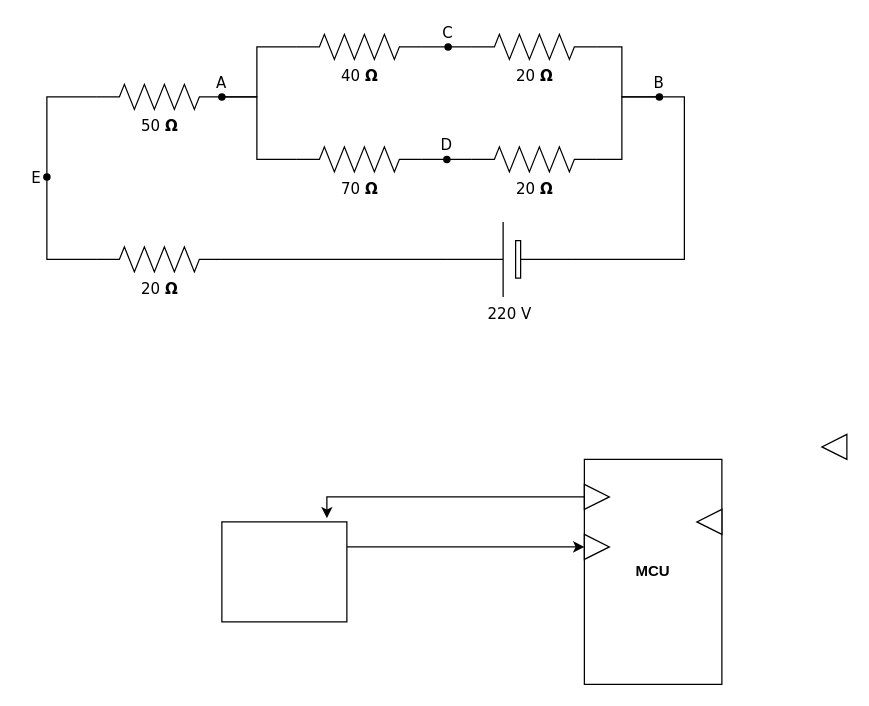
The draw.io diagram 제목 없는 다이어그램.drawio in insubnia/drawio, before the edit. Source tidied: cells renumbered, new cells numbered last; positions are measured from the earlier drawing's top-left corner, leaving out a move shared by most shapes. Both pictures are drawn from the tidied source at 125%, with x=0, y=0 at pixel (21, 21).
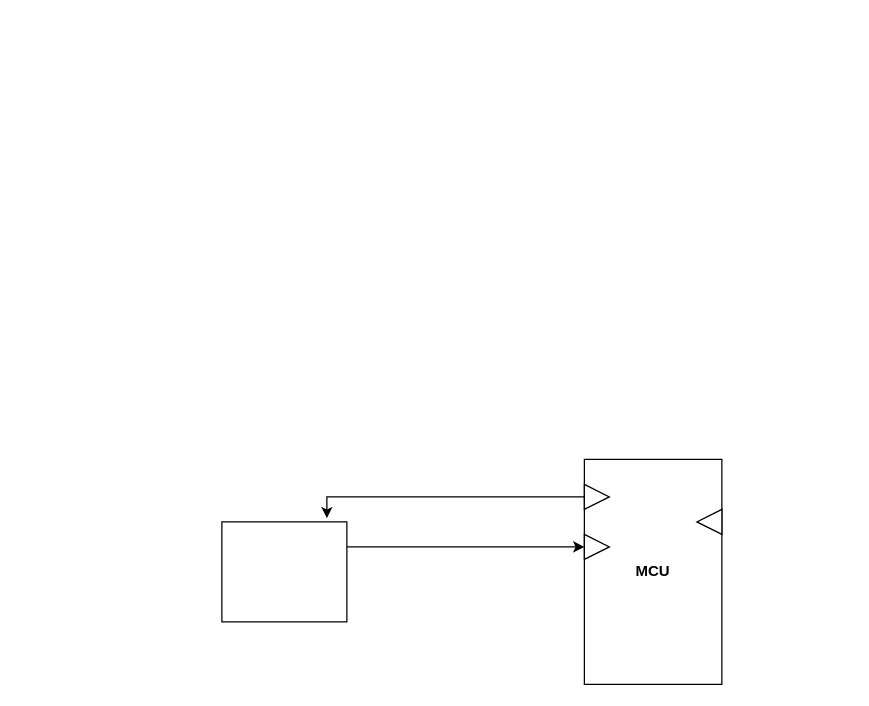
Above is the later version.

Commit message:
ABOV BLE

The edit, as a diff of the source:
```diff
@@
-    <mxCell id="2" style="edgeStyle=orthogonalEdgeStyle;rounded=0;html=1;exitPerimeter=0;entryX=0;entryY=0.5;entryPerimeter=0;labelBackgroundColor=none;startArrow=none;startFill=0;startSize=5;endArrow=none;endFill=0;endSize=5;jettySize=auto;strokeWidth=1;fontFamily=Verdana;fontSize=12;" parent="1" edge="1" source="19" target="5">
-      <mxGeometry relative="1" as="geometry" />
-    </mxCell>
-    <mxCell id="3" value="40&amp;nbsp;&lt;b&gt;Ω&lt;/b&gt;" style="verticalLabelPosition=bottom;shadow=0;dashed=0;align=center;html=1;verticalAlign=top;strokeWidth=1;shape=mxgraph.electrical.resistors.resistor_2;rounded=1;comic=0;labelBackgroundColor=none;fontFamily=Verdana;fontSize=12;" parent="1" vertex="1">
-      <mxGeometry x="220" y="10" width="100" height="20" as="geometry" />
-    </mxCell>
-    <mxCell id="4" style="edgeStyle=orthogonalEdgeStyle;rounded=0;html=1;exitX=1;exitY=0.5;exitPerimeter=0;labelBackgroundColor=none;startArrow=none;startFill=0;startSize=5;endArrow=none;endFill=0;endSize=5;jettySize=auto;strokeWidth=1;fontFamily=Verdana;fontSize=12;" parent="1" edge="1" source="5" target="18">
-      <mxGeometry relative="1" as="geometry">
-        <Array as="points">
-          <mxPoint x="480" y="20" />
-          <mxPoint x="480" y="60" />
-        </Array>
-      </mxGeometry>
-    </mxCell>
-    <mxCell id="5" value="20&amp;nbsp;&lt;b&gt;Ω&lt;/b&gt;" style="verticalLabelPosition=bottom;shadow=0;dashed=0;align=center;html=1;verticalAlign=top;strokeWidth=1;shape=mxgraph.electrical.resistors.resistor_2;rounded=1;comic=0;labelBackgroundColor=none;fontFamily=Verdana;fontSize=12;" parent="1" vertex="1">
-      <mxGeometry x="360" y="10" width="100" height="20" as="geometry" />
-    </mxCell>
-    <mxCell id="6" style="edgeStyle=orthogonalEdgeStyle;rounded=0;html=1;exitX=1;exitY=0.5;exitPerimeter=0;labelBackgroundColor=none;startArrow=none;startFill=0;startSize=5;endArrow=none;endFill=0;endSize=5;jettySize=auto;strokeWidth=1;fontFamily=Verdana;fontSize=12;" parent="1" edge="1" source="7" target="24">
-      <mxGeometry relative="1" as="geometry" />
-    </mxCell>
-    <mxCell id="7" value="70&amp;nbsp;&lt;b&gt;Ω&lt;/b&gt;" style="verticalLabelPosition=bottom;shadow=0;dashed=0;align=center;html=1;verticalAlign=top;strokeWidth=1;shape=mxgraph.electrical.resistors.resistor_2;rounded=1;comic=0;labelBackgroundColor=none;fontFamily=Verdana;fontSize=12;" parent="1" vertex="1">
-      <mxGeometry x="220" y="100" width="100" height="20" as="geometry" />
-    </mxCell>
-    <mxCell id="8" style="edgeStyle=orthogonalEdgeStyle;rounded=0;html=1;exitX=1;exitY=0.5;exitPerimeter=0;labelBackgroundColor=none;startArrow=none;startFill=0;startSize=5;endArrow=none;endFill=0;endSize=5;jettySize=auto;strokeWidth=1;fontFamily=Verdana;fontSize=12;" parent="1" edge="1" source="9" target="18">
-      <mxGeometry relative="1" as="geometry">
-        <Array as="points">
-          <mxPoint x="480" y="110" />
-          <mxPoint x="480" y="60" />
-        </Array>
-      </mxGeometry>
-    </mxCell>
-    <mxCell id="9" value="20&amp;nbsp;&lt;b&gt;Ω&lt;/b&gt;" style="verticalLabelPosition=bottom;shadow=0;dashed=0;align=center;html=1;verticalAlign=top;strokeWidth=1;shape=mxgraph.electrical.resistors.resistor_2;rounded=1;comic=0;labelBackgroundColor=none;fontFamily=Verdana;fontSize=12;" parent="1" vertex="1">
-      <mxGeometry x="360" y="100" width="100" height="20" as="geometry" />
-    </mxCell>
-    <mxCell id="10" style="edgeStyle=orthogonalEdgeStyle;rounded=0;html=1;entryX=0;entryY=0.5;entryPerimeter=0;labelBackgroundColor=none;startArrow=none;startFill=0;startSize=5;endArrow=none;endFill=0;endSize=5;jettySize=auto;strokeWidth=1;fontFamily=Verdana;fontSize=12;" parent="1" edge="1" source="21" target="3">
-      <mxGeometry relative="1" as="geometry">
-        <Array as="points">
-          <mxPoint x="188" y="60" />
-          <mxPoint x="188" y="20" />
-        </Array>
-      </mxGeometry>
-    </mxCell>
-    <mxCell id="11" style="edgeStyle=orthogonalEdgeStyle;rounded=0;html=1;entryX=0;entryY=0.5;entryPerimeter=0;labelBackgroundColor=none;startArrow=none;startFill=0;startSize=5;endArrow=none;endFill=0;endSize=5;jettySize=auto;strokeWidth=1;fontFamily=Verdana;fontSize=12;" parent="1" edge="1" source="21" target="7">
-      <mxGeometry relative="1" as="geometry">
-        <Array as="points">
-          <mxPoint x="188" y="60" />
-          <mxPoint x="188" y="110" />
-        </Array>
-      </mxGeometry>
-    </mxCell>
-    <mxCell id="12" value="50&amp;nbsp;&lt;b&gt;Ω&lt;/b&gt;" style="verticalLabelPosition=bottom;shadow=0;dashed=0;align=center;html=1;verticalAlign=top;strokeWidth=1;shape=mxgraph.electrical.resistors.resistor_2;rounded=1;comic=0;labelBackgroundColor=none;fontFamily=Verdana;fontSize=12;" parent="1" vertex="1">
-      <mxGeometry x="60" y="50" width="100" height="20" as="geometry" />
-    </mxCell>
-    <mxCell id="13" style="edgeStyle=orthogonalEdgeStyle;rounded=0;html=1;exitX=0;exitY=0.5;exitPerimeter=0;labelBackgroundColor=none;startArrow=none;startFill=0;startSize=5;endArrow=none;endFill=0;endSize=5;jettySize=auto;strokeWidth=1;fontFamily=Verdana;fontSize=12;" parent="1" edge="1" source="14" target="22">
-      <mxGeometry relative="1" as="geometry">
-        <Array as="points">
-          <mxPoint x="20" y="190" />
-        </Array>
-      </mxGeometry>
-    </mxCell>
-    <mxCell id="14" value="20&amp;nbsp;&lt;b&gt;Ω&lt;/b&gt;" style="verticalLabelPosition=bottom;shadow=0;dashed=0;align=center;html=1;verticalAlign=top;strokeWidth=1;shape=mxgraph.electrical.resistors.resistor_2;rounded=1;comic=0;labelBackgroundColor=none;fontFamily=Verdana;fontSize=12;" parent="1" vertex="1">
-      <mxGeometry x="60" y="180" width="100" height="20" as="geometry" />
-    </mxCell>
-    <mxCell id="15" style="edgeStyle=orthogonalEdgeStyle;rounded=0;html=1;exitX=1;exitY=0.5;exitPerimeter=0;entryX=1;entryY=0.5;entryPerimeter=0;labelBackgroundColor=none;startArrow=none;startFill=0;startSize=5;endArrow=none;endFill=0;endSize=5;jettySize=auto;strokeWidth=1;fontFamily=Verdana;fontSize=12;" parent="1" edge="1" source="17" target="14">
-      <mxGeometry relative="1" as="geometry" />
-    </mxCell>
-    <mxCell id="16" style="edgeStyle=orthogonalEdgeStyle;rounded=0;html=1;exitX=0;exitY=0.5;exitPerimeter=0;labelBackgroundColor=none;startArrow=none;startFill=0;startSize=5;endArrow=none;endFill=0;endSize=5;jettySize=auto;strokeWidth=1;fontFamily=Verdana;fontSize=12;" parent="1" edge="1" source="17" target="18">
-      <mxGeometry relative="1" as="geometry">
-        <Array as="points">
-          <mxPoint x="530" y="190" />
-          <mxPoint x="530" y="60" />
-        </Array>
-      </mxGeometry>
-    </mxCell>
-    <mxCell id="17" value="220 V" style="verticalLabelPosition=bottom;shadow=0;dashed=0;align=center;fillColor=default;html=1;verticalAlign=top;strokeWidth=1;shape=mxgraph.electrical.miscellaneous.monocell_battery;rounded=1;comic=0;labelBackgroundColor=none;fontFamily=Verdana;fontSize=12;flipH=1;" parent="1" vertex="1">
-      <mxGeometry x="340" y="160" width="100" height="60" as="geometry" />
-    </mxCell>
-    <mxCell id="18" value="B" style="shape=waypoint;sketch=0;fillStyle=solid;size=6;points=[];fillColor=none;perimeter=centerPerimeter;snapToPoint=1;verticalAlign=top;spacingBottom=0;spacingTop=-5;fontFamily=Verdana;fontSize=12;" parent="1" vertex="1">
-      <mxGeometry x="490" y="40" width="40" height="40" as="geometry" />
-    </mxCell>
-    <mxCell id="19" value="C" style="shape=waypoint;sketch=0;fillStyle=solid;size=6;points=[];fillColor=none;perimeter=centerPerimeter;snapToPoint=1;verticalAlign=top;spacingBottom=0;spacingTop=-5;fontFamily=Verdana;fontSize=12;" parent="1" vertex="1">
-      <mxGeometry x="321" width="40" height="40" as="geometry" />
-    </mxCell>
-    <mxCell id="20" style="edgeStyle=orthogonalEdgeStyle;rounded=0;html=1;exitX=1;exitY=0.5;exitPerimeter=0;entryPerimeter=0;labelBackgroundColor=none;startArrow=none;startFill=0;startSize=5;endArrow=none;endFill=0;endSize=5;jettySize=auto;strokeWidth=1;fontFamily=Verdana;fontSize=12;" parent="1" edge="1" source="3" target="19">
-      <mxGeometry relative="1" as="geometry" />
-    </mxCell>
-    <mxCell id="21" value="A" style="shape=waypoint;sketch=0;fillStyle=solid;size=6;points=[];fillColor=none;perimeter=centerPerimeter;snapToPoint=1;verticalAlign=top;spacingBottom=0;spacingTop=-5;fontFamily=Verdana;fontSize=12;" parent="1" vertex="1">
-      <mxGeometry x="140" y="40" width="40" height="40" as="geometry" />
-    </mxCell>
-    <mxCell id="22" value="E" style="shape=waypoint;sketch=0;fillStyle=solid;size=6;points=[];fillColor=none;perimeter=centerPerimeter;snapToPoint=1;verticalAlign=middle;spacingBottom=0;spacingTop=0;fontFamily=Verdana;fontSize=12;labelPosition=center;verticalLabelPosition=middle;align=left;spacingRight=0;spacingLeft=6;" parent="1" vertex="1">
-      <mxGeometry y="104" width="40" height="40" as="geometry" />
-    </mxCell>
-    <mxCell id="23" style="edgeStyle=orthogonalEdgeStyle;rounded=0;html=1;labelBackgroundColor=none;startArrow=none;startFill=0;startSize=5;endArrow=none;endFill=0;endSize=5;jettySize=auto;strokeWidth=1;fontFamily=Verdana;fontSize=12;entryX=0;entryY=0.5;entryDx=0;entryDy=0;entryPerimeter=0;" parent="1" edge="1" source="22" target="12">
-      <mxGeometry relative="1" as="geometry">
-        <Array as="points">
-          <mxPoint x="20" y="60" />
-        </Array>
-      </mxGeometry>
-    </mxCell>
-    <mxCell id="24" value="D" style="shape=waypoint;sketch=0;fillStyle=solid;size=6;points=[];fillColor=none;perimeter=centerPerimeter;snapToPoint=1;verticalAlign=top;spacingBottom=0;spacingTop=-5;fontFamily=Verdana;fontSize=12;" parent="1" vertex="1">
-      <mxGeometry x="320" y="90" width="40" height="40" as="geometry" />
-    </mxCell>
-    <mxCell id="25" style="edgeStyle=orthogonalEdgeStyle;rounded=0;html=1;labelBackgroundColor=none;startArrow=none;startFill=0;startSize=5;endArrow=none;endFill=0;endSize=5;jettySize=auto;strokeWidth=1;fontFamily=Verdana;fontSize=12;entryX=0;entryY=0.5;entryDx=0;entryDy=0;entryPerimeter=0;" parent="1" edge="1" source="24" target="9">
-      <mxGeometry relative="1" as="geometry" />
-    </mxCell>
@@
-    <mxCell id="32" style="triangle;whiteSpace=wrap;html=1;rotation=-180;" parent="1" vertex="1">
-      <mxGeometry x="640" y="330" width="20" height="20" as="geometry" />
-    </mxCell>
```
